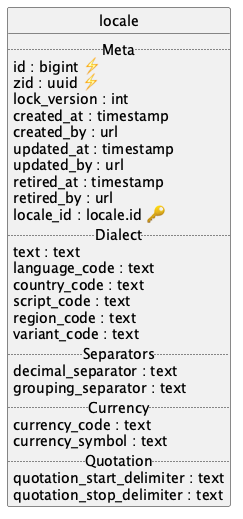
Above: api/locale/uml/uml.png in contactopensource/contactopensource (PlantUML), before the change.
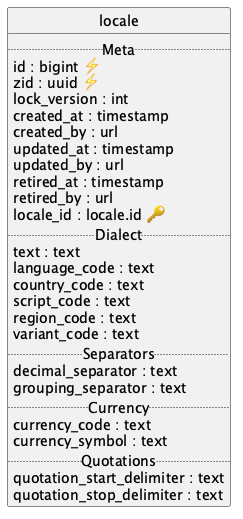
The same diagram one commit later.

What changed in the source:
```diff
@@ -28,7 +28,7 @@
   .. Currency ..
   currency_code : text
   currency_symbol : text
-  .. Quotation ..
+  .. Quotations ..
   quotation_start_delimiter : text
   quotation_stop_delimiter : text
 }
```
